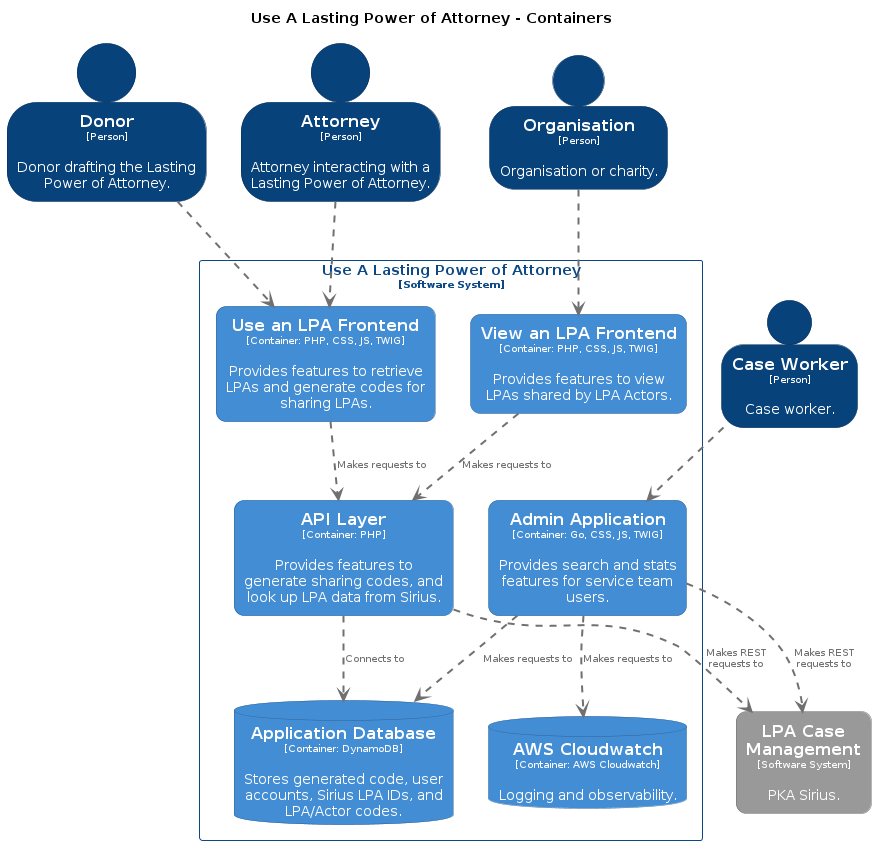
Earlier version of the PlantUML export docs/diagrams/dsl/structurizr-Container-001.png (ministryofjustice/opg-use-an-lpa). Source of this version:
```plantuml
@startuml
set separator none
title Use A Lasting Power of Attorney - Containers

top to bottom direction

skinparam {
  arrowFontSize 10
  defaultTextAlignment center
  wrapWidth 200
  maxMessageSize 100
}

hide stereotype

skinparam rectangle<<UseALastingPowerofAttorney.APILayer>> {
  BackgroundColor #438dd5
  FontColor #ffffff
  BorderColor #2e6295
  roundCorner 20
  shadowing false
}
skinparam database<<UseALastingPowerofAttorney.AWSCloudwatch>> {
  BackgroundColor #438dd5
  FontColor #ffffff
  BorderColor #2e6295
  shadowing false
}
skinparam rectangle<<UseALastingPowerofAttorney.AdminApplication>> {
  BackgroundColor #438dd5
  FontColor #ffffff
  BorderColor #2e6295
  roundCorner 20
  shadowing false
}
skinparam database<<UseALastingPowerofAttorney.ApplicationDatabase>> {
  BackgroundColor #438dd5
  FontColor #ffffff
  BorderColor #2e6295
  shadowing false
}
skinparam person<<Attorney>> {
  BackgroundColor #08427b
  FontColor #ffffff
  BorderColor #052e56
  shadowing false
}
skinparam person<<CaseWorker>> {
  BackgroundColor #08427b
  FontColor #ffffff
  BorderColor #052e56
  shadowing false
}
skinparam person<<Donor>> {
  BackgroundColor #08427b
  FontColor #ffffff
  BorderColor #052e56
  shadowing false
}
skinparam rectangle<<LPACaseManagement>> {
  BackgroundColor #999999
  FontColor #ffffff
  BorderColor #6b6b6b
  roundCorner 20
  shadowing false
}
skinparam person<<Organisation>> {
  BackgroundColor #08427b
  FontColor #ffffff
  BorderColor #052e56
  shadowing false
}
skinparam rectangle<<UseALastingPowerofAttorney.UseanLPAFrontend>> {
  BackgroundColor #438dd5
  FontColor #ffffff
  BorderColor #2e6295
  roundCorner 20
  shadowing false
}
skinparam rectangle<<UseALastingPowerofAttorney.ViewanLPAFrontend>> {
  BackgroundColor #438dd5
  FontColor #ffffff
  BorderColor #2e6295
  roundCorner 20
  shadowing false
}
skinparam rectangle<<UseALastingPowerofAttorney>> {
  BorderColor #0b4884
  FontColor #0b4884
  shadowing false
}

person "==Attorney\n<size:10>[Person]</size>\n\nAttorney interacting with a Lasting Power of Attorney." <<Attorney>> as Attorney
person "==Donor\n<size:10>[Person]</size>\n\nDonor drafting the Lasting Power of Attorney." <<Donor>> as Donor
person "==Case Worker\n<size:10>[Person]</size>\n\nCase worker." <<CaseWorker>> as CaseWorker
person "==Organisation\n<size:10>[Person]</size>\n\nOrganisation or charity." <<Organisation>> as Organisation
rectangle "==LPA Case Management\n<size:10>[Software System]</size>\n\nPKA Sirius." <<LPACaseManagement>> as LPACaseManagement

rectangle "Use A Lasting Power of Attorney\n<size:10>[Software System]</size>" <<UseALastingPowerofAttorney>> {
  database "==Application Database\n<size:10>[Container: DynamoDB]</size>\n\nStores generated code, user accounts, Sirius LPA IDs, and LPA/Actor codes." <<UseALastingPowerofAttorney.ApplicationDatabase>> as UseALastingPowerofAttorney.ApplicationDatabase
  database "==AWS Cloudwatch\n<size:10>[Container: AWS Cloudwatch]</size>\n\nLogging and observability." <<UseALastingPowerofAttorney.AWSCloudwatch>> as UseALastingPowerofAttorney.AWSCloudwatch
  rectangle "==API Layer\n<size:10>[Container: PHP]</size>\n\nProvides features to generate sharing codes, and look up LPA data from Sirius." <<UseALastingPowerofAttorney.APILayer>> as UseALastingPowerofAttorney.APILayer
  rectangle "==View an LPA Frontend\n<size:10>[Container: PHP, CSS, JS, TWIG]</size>\n\nProvides features to view LPAs shared by LPA Actors." <<UseALastingPowerofAttorney.ViewanLPAFrontend>> as UseALastingPowerofAttorney.ViewanLPAFrontend
  rectangle "==Use an LPA Frontend\n<size:10>[Container: PHP, CSS, JS, TWIG]</size>\n\nProvides features to retrieve LPAs and generate codes for sharing LPAs." <<UseALastingPowerofAttorney.UseanLPAFrontend>> as UseALastingPowerofAttorney.UseanLPAFrontend
  rectangle "==Admin Application\n<size:10>[Container: Go, CSS, JS, TWIG]</size>\n\nProvides search and stats features for service team users." <<UseALastingPowerofAttorney.AdminApplication>> as UseALastingPowerofAttorney.AdminApplication
}

UseALastingPowerofAttorney.APILayer .[#707070,thickness=2].> UseALastingPowerofAttorney.ApplicationDatabase : "<color:#707070>Connects to"
UseALastingPowerofAttorney.APILayer .[#707070,thickness=2].> LPACaseManagement : "<color:#707070>Makes REST requests to"
UseALastingPowerofAttorney.ViewanLPAFrontend .[#707070,thickness=2].> UseALastingPowerofAttorney.APILayer : "<color:#707070>Makes requests to"
UseALastingPowerofAttorney.UseanLPAFrontend .[#707070,thickness=2].> UseALastingPowerofAttorney.APILayer : "<color:#707070>Makes requests to"
UseALastingPowerofAttorney.AdminApplication .[#707070,thickness=2].> UseALastingPowerofAttorney.ApplicationDatabase : "<color:#707070>Makes requests to"
UseALastingPowerofAttorney.AdminApplication .[#707070,thickness=2].> UseALastingPowerofAttorney.AWSCloudwatch : "<color:#707070>Makes requests to"
UseALastingPowerofAttorney.AdminApplication .[#707070,thickness=2].> LPACaseManagement : "<color:#707070>Makes REST requests to"
Donor .[#707070,thickness=2].> UseALastingPowerofAttorney.UseanLPAFrontend : "<color:#707070>"
Attorney .[#707070,thickness=2].> UseALastingPowerofAttorney.UseanLPAFrontend : "<color:#707070>"
Organisation .[#707070,thickness=2].> UseALastingPowerofAttorney.ViewanLPAFrontend : "<color:#707070>"
CaseWorker .[#707070,thickness=2].> UseALastingPowerofAttorney.AdminApplication : "<color:#707070>"
@enduml
```
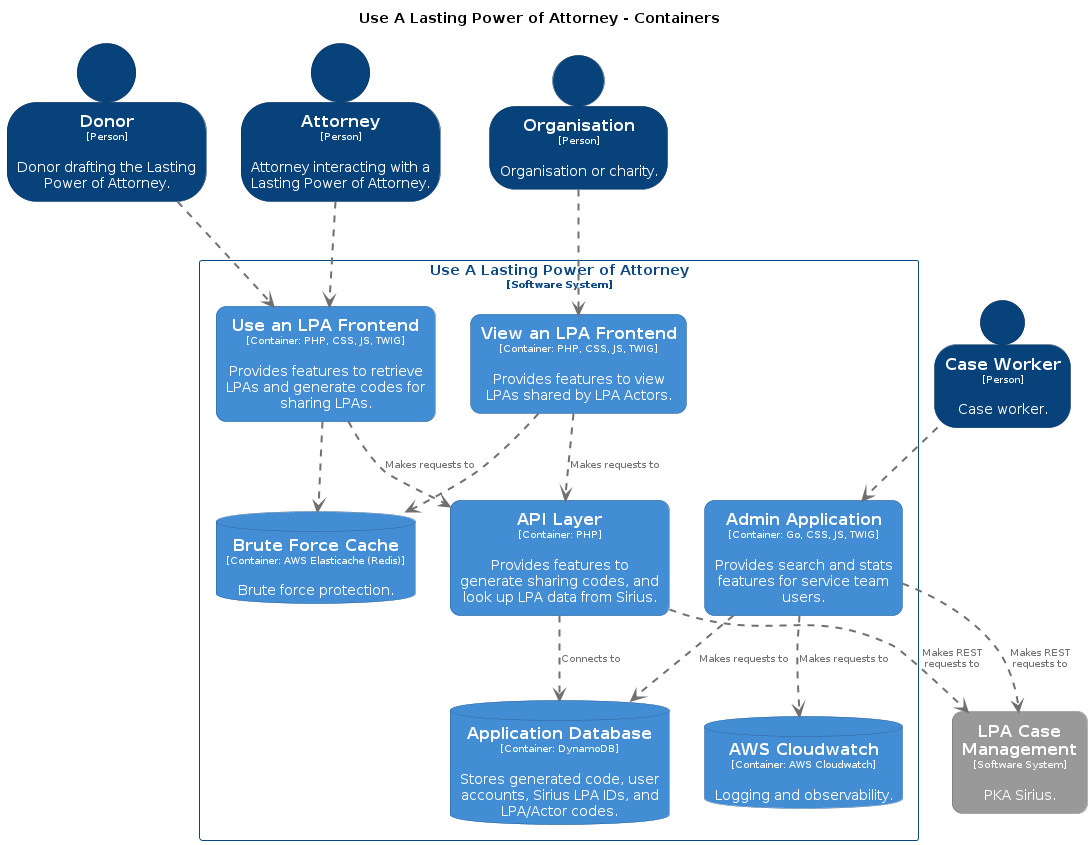
Later version of the same file.

Diff of the diagram source:
```diff
@@ -43,6 +43,12 @@
   BackgroundColor #08427b
   FontColor #ffffff
   BorderColor #052e56
+  shadowing false
+}
+skinparam database<<UseALastingPowerofAttorney.BruteForceCache>> {
+  BackgroundColor #438dd5
+  FontColor #ffffff
+  BorderColor #2e6295
   shadowing false
 }
 skinparam person<<CaseWorker>> {
@@ -99,15 +105,18 @@
 rectangle "Use A Lasting Power of Attorney\n<size:10>[Software System]</size>" <<UseALastingPowerofAttorney>> {
   database "==Application Database\n<size:10>[Container: DynamoDB]</size>\n\nStores generated code, user accounts, Sirius LPA IDs, and LPA/Actor codes." <<UseALastingPowerofAttorney.ApplicationDatabase>> as UseALastingPowerofAttorney.ApplicationDatabase
   database "==AWS Cloudwatch\n<size:10>[Container: AWS Cloudwatch]</size>\n\nLogging and observability." <<UseALastingPowerofAttorney.AWSCloudwatch>> as UseALastingPowerofAttorney.AWSCloudwatch
+  database "==Brute Force Cache\n<size:10>[Container: AWS Elasticache (Redis)]</size>\n\nBrute force protection." <<UseALastingPowerofAttorney.BruteForceCache>> as UseALastingPowerofAttorney.BruteForceCache
   rectangle "==API Layer\n<size:10>[Container: PHP]</size>\n\nProvides features to generate sharing codes, and look up LPA data from Sirius." <<UseALastingPowerofAttorney.APILayer>> as UseALastingPowerofAttorney.APILayer
   rectangle "==View an LPA Frontend\n<size:10>[Container: PHP, CSS, JS, TWIG]</size>\n\nProvides features to view LPAs shared by LPA Actors." <<UseALastingPowerofAttorney.ViewanLPAFrontend>> as UseALastingPowerofAttorney.ViewanLPAFrontend
   rectangle "==Use an LPA Frontend\n<size:10>[Container: PHP, CSS, JS, TWIG]</size>\n\nProvides features to retrieve LPAs and generate codes for sharing LPAs." <<UseALastingPowerofAttorney.UseanLPAFrontend>> as UseALastingPowerofAttorney.UseanLPAFrontend
   rectangle "==Admin Application\n<size:10>[Container: Go, CSS, JS, TWIG]</size>\n\nProvides search and stats features for service team users." <<UseALastingPowerofAttorney.AdminApplication>> as UseALastingPowerofAttorney.AdminApplication
 }
 
+UseALastingPowerofAttorney.APILayer .[#707070,thickness=2].> LPACaseManagement : "<color:#707070>Makes REST requests to"
 UseALastingPowerofAttorney.APILayer .[#707070,thickness=2].> UseALastingPowerofAttorney.ApplicationDatabase : "<color:#707070>Connects to"
-UseALastingPowerofAttorney.APILayer .[#707070,thickness=2].> LPACaseManagement : "<color:#707070>Makes REST requests to"
+UseALastingPowerofAttorney.ViewanLPAFrontend .[#707070,thickness=2].> UseALastingPowerofAttorney.BruteForceCache : "<color:#707070>"
 UseALastingPowerofAttorney.ViewanLPAFrontend .[#707070,thickness=2].> UseALastingPowerofAttorney.APILayer : "<color:#707070>Makes requests to"
+UseALastingPowerofAttorney.UseanLPAFrontend .[#707070,thickness=2].> UseALastingPowerofAttorney.BruteForceCache : "<color:#707070>"
 UseALastingPowerofAttorney.UseanLPAFrontend .[#707070,thickness=2].> UseALastingPowerofAttorney.APILayer : "<color:#707070>Makes requests to"
 UseALastingPowerofAttorney.AdminApplication .[#707070,thickness=2].> UseALastingPowerofAttorney.ApplicationDatabase : "<color:#707070>Makes requests to"
 UseALastingPowerofAttorney.AdminApplication .[#707070,thickness=2].> UseALastingPowerofAttorney.AWSCloudwatch : "<color:#707070>Makes requests to"
```
